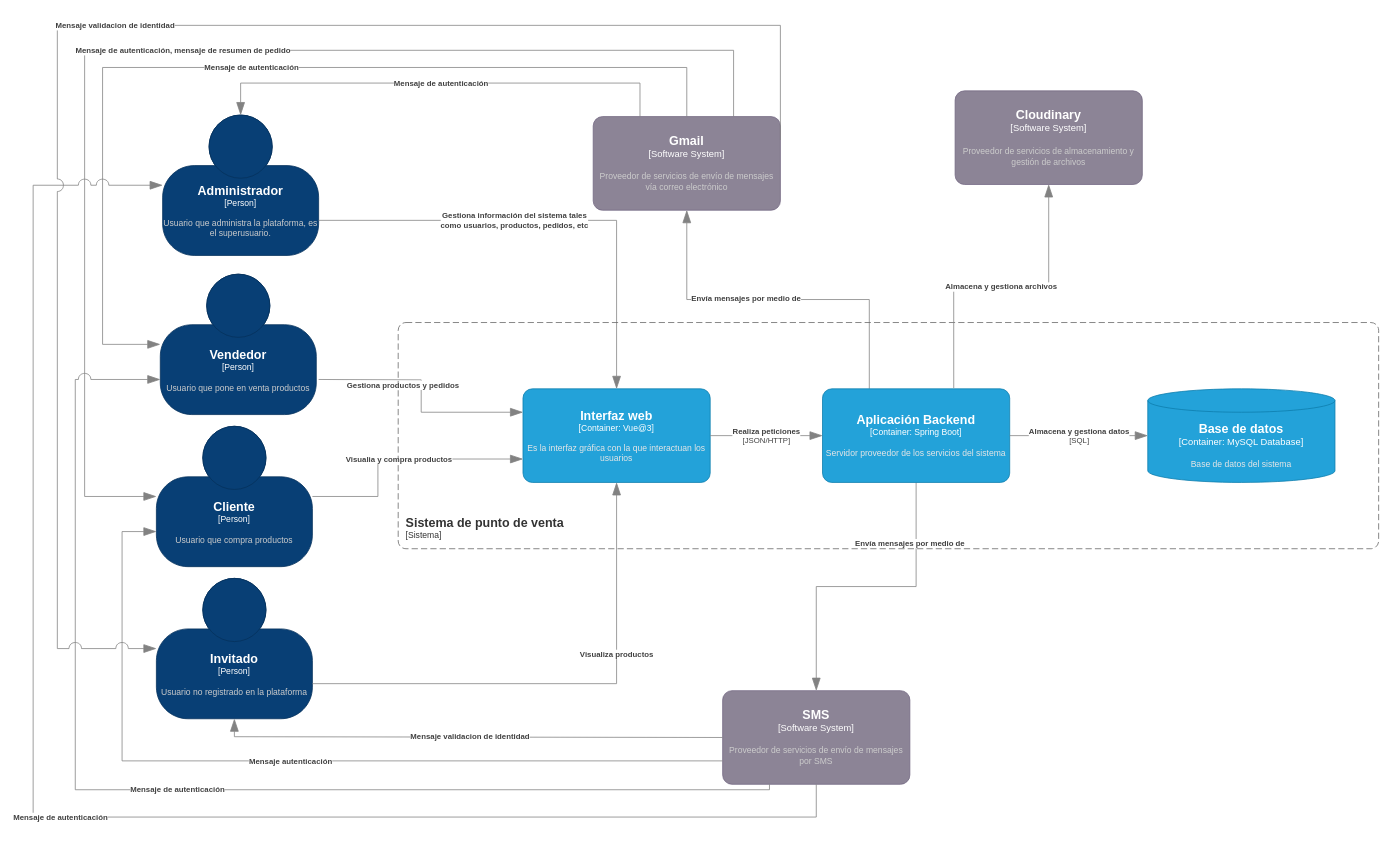
Before: page "Contenedores con riesgos" (2 of 8) of Diagrama/c4CarsiShop.drawio in EmilianoChofis/c4CarsiShop, a draw.io diagram. Source tidied: cells renumbered, new cells numbered last; positions are measured from the earlier drawing's top-left corner, leaving out a move shared by most shapes. Both pictures are drawn from the tidied source at 78%, with x=0, y=0 at pixel (33, 25).
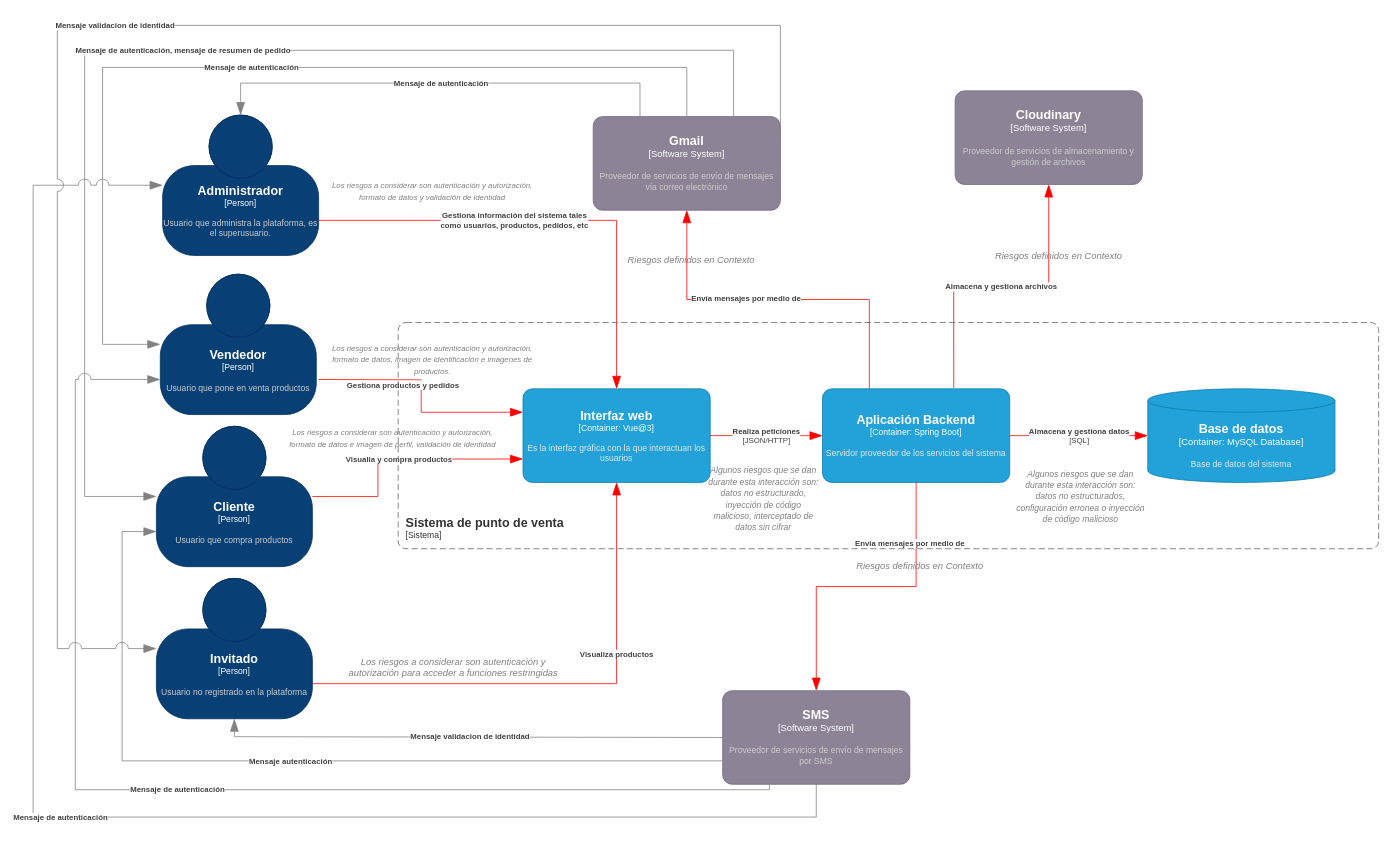
After the change.

Commit message (it also covers changes not shown here):
[ADD] contenedores con riesgos

The change refers to these unchanged cells:
```xml
<object id="3" label="&lt;font style=&quot;font-size: 16px&quot;&gt;&lt;b&gt;%c4Name%&lt;/b&gt;&lt;/font&gt;&lt;div&gt;[%c4Type%]&lt;/div&gt;&lt;br&gt;&lt;div&gt;&lt;font style=&quot;font-size: 11px&quot;&gt;&lt;font color=&quot;#cccccc&quot;&gt;%c4Description%&lt;/font&gt;&lt;/div&gt;" c4Description="Usuario que compra productos" c4Name="Cliente" c4Type="Person" placeholders="1">
  <mxCell style="html=1;fontSize=11;dashed=0;whiteSpace=wrap;fillColor=#083F75;strokeColor=#06315C;fontColor=#ffffff;shape=mxgraph.c4.person2;align=center;points=[[0.5,0,0],[1,0.5,0],[1,0.75,0],[0.75,1,0],[0.5,1,0],[0.25,1,0],[0,0.75,0],[0,0.5,0]];" parent="1" vertex="1">
    <mxGeometry x="158" y="514" width="200" height="180" as="geometry" />
  </mxCell>
</object>
<object id="4" label="&lt;font style=&quot;font-size: 16px&quot;&gt;&lt;b&gt;%c4Name%&lt;/b&gt;&lt;/font&gt;&lt;div&gt;[%c4Type%]&lt;/div&gt;&lt;br&gt;&lt;div&gt;&lt;font style=&quot;font-size: 11px&quot;&gt;&lt;font color=&quot;#cccccc&quot;&gt;%c4Description%&lt;/font&gt;&lt;/div&gt;" c4Description="Usuario no registrado en la plataforma" c4Name="Invitado" c4Type="Person" placeholders="1">
  <mxCell style="html=1;fontSize=11;dashed=0;whiteSpace=wrap;fillColor=#083F75;strokeColor=#06315C;fontColor=#ffffff;shape=mxgraph.c4.person2;align=center;points=[[0.5,0,0],[1,0.5,0],[1,0.75,0],[0.75,1,0],[0.5,1,0],[0.25,1,0],[0,0.75,0],[0,0.5,0]];" parent="1" vertex="1">
    <mxGeometry x="158" y="709" width="200" height="180" as="geometry" />
  </mxCell>
</object>
<object id="5" label="&lt;font style=&quot;font-size: 16px&quot;&gt;&lt;b&gt;%c4Name%&lt;/b&gt;&lt;/font&gt;&lt;div&gt;[%c4Type%]&lt;/div&gt;&lt;br&gt;&lt;div&gt;&lt;font style=&quot;font-size: 11px&quot;&gt;&lt;font color=&quot;#cccccc&quot;&gt;%c4Description%&lt;/font&gt;&lt;/div&gt;" c4Description="Usuario que administra la plataforma, es el superusuario. " c4Name="Administrador" c4Type="Person" placeholders="1">
  <mxCell style="html=1;fontSize=11;dashed=0;whiteSpace=wrap;fillColor=#083F75;strokeColor=#06315C;fontColor=#ffffff;shape=mxgraph.c4.person2;align=center;points=[[0.5,0,0],[1,0.5,0],[1,0.75,0],[0.75,1,0],[0.5,1,0],[0.25,1,0],[0,0.75,0],[0,0.5,0]];" parent="1" vertex="1">
    <mxGeometry x="166" y="115" width="200" height="180" as="geometry" />
  </mxCell>
</object>
<object id="6" label="&lt;font style=&quot;font-size: 16px&quot;&gt;&lt;b&gt;%c4Name%&lt;/b&gt;&lt;/font&gt;&lt;div&gt;[%c4Type%]&lt;/div&gt;&lt;br&gt;&lt;div&gt;&lt;font style=&quot;font-size: 11px&quot;&gt;&lt;font color=&quot;#cccccc&quot;&gt;%c4Description%&lt;/font&gt;&lt;/div&gt;" c4Description="Proveedor de servicios de envío de mensajes vía correo electrónico" c4Name="Gmail" c4Type="Software System" placeholders="1">
  <mxCell style="rounded=1;whiteSpace=wrap;html=1;labelBackgroundColor=none;fillColor=#8C8496;fontColor=#ffffff;align=center;arcSize=10;strokeColor=#736782;points=[[0.25,0,0],[0.5,0,0],[0.75,0,0],[1,0.25,0],[1,0.5,0],[1,0.75,0],[0.75,1,0],[0.5,1,0],[0.25,1,0],[0,0.75,0],[0,0.5,0],[0,0.25,0]];" parent="1" vertex="1">
    <mxGeometry x="718" y="117" width="240" height="120" as="geometry" />
  </mxCell>
</object>
<object id="7" label="&lt;font style=&quot;font-size: 16px&quot;&gt;&lt;b&gt;%c4Name%&lt;/b&gt;&lt;/font&gt;&lt;div&gt;[%c4Type%]&lt;/div&gt;&lt;br&gt;&lt;div&gt;&lt;font style=&quot;font-size: 11px&quot;&gt;&lt;font color=&quot;#cccccc&quot;&gt;%c4Description%&lt;/font&gt;&lt;/div&gt;" c4Description="Proveedor de servicios de almacenamiento y gestión de archivos" c4Name="Cloudinary" c4Type="Software System" placeholders="1">
  <mxCell style="rounded=1;whiteSpace=wrap;html=1;labelBackgroundColor=none;fillColor=#8C8496;fontColor=#ffffff;align=center;arcSize=10;strokeColor=#736782;points=[[0.25,0,0],[0.5,0,0],[0.75,0,0],[1,0.25,0],[1,0.5,0],[1,0.75,0],[0.75,1,0],[0.5,1,0],[0.25,1,0],[0,0.75,0],[0,0.5,0],[0,0.25,0]];" parent="1" vertex="1">
    <mxGeometry x="1182" y="84" width="240" height="120" as="geometry" />
  </mxCell>
</object>
<object id="8" label="&lt;font style=&quot;font-size: 16px&quot;&gt;&lt;b&gt;%c4Name%&lt;/b&gt;&lt;/font&gt;&lt;div&gt;[%c4Type%]&lt;/div&gt;&lt;br&gt;&lt;div&gt;&lt;font style=&quot;font-size: 11px&quot;&gt;&lt;font color=&quot;#cccccc&quot;&gt;%c4Description%&lt;/font&gt;&lt;/div&gt;" c4Description="Proveedor de servicios de envío de mensajes por SMS" c4Name="SMS " c4Type="Software System" placeholders="1">
  <mxCell style="rounded=1;whiteSpace=wrap;html=1;labelBackgroundColor=none;fillColor=#8C8496;fontColor=#ffffff;align=center;arcSize=10;strokeColor=#736782;points=[[0.25,0,0],[0.5,0,0],[0.75,0,0],[1,0.25,0],[1,0.5,0],[1,0.75,0],[0.75,1,0],[0.5,1,0],[0.25,1,0],[0,0.75,0],[0,0.5,0],[0,0.25,0]];" parent="1" vertex="1">
    <mxGeometry x="884" y="853" width="240" height="120" as="geometry" />
  </mxCell>
</object>
<object id="24" label="&lt;font style=&quot;font-size: 16px&quot;&gt;&lt;b&gt;%c4Name%&lt;/b&gt;&lt;/font&gt;&lt;div&gt;[%c4Type%: %c4Technology%]&lt;/div&gt;&lt;br&gt;&lt;div&gt;&lt;font style=&quot;font-size: 11px&quot;&gt;&lt;font color=&quot;#E6E6E6&quot;&gt;%c4Description%&lt;/font&gt;&lt;/div&gt;" c4Description="Es la interfaz gráfica con la que interactuan los usuarios" c4Name="Interfaz web " c4Technology="Vue@3" c4Type="Container" placeholders="1">
  <mxCell style="rounded=1;whiteSpace=wrap;html=1;fontSize=11;labelBackgroundColor=none;fillColor=#23A2D9;fontColor=#ffffff;align=center;arcSize=10;strokeColor=#0E7DAD;points=[[0.25,0,0],[0.5,0,0],[0.75,0,0],[1,0.25,0],[1,0.5,0],[1,0.75,0],[0.75,1,0],[0.5,1,0],[0.25,1,0],[0,0.75,0],[0,0.5,0],[0,0.25,0]];" parent="1" vertex="1">
    <mxGeometry x="628" y="466" width="240" height="120" as="geometry" />
  </mxCell>
</object>
<object id="25" label="&lt;font style=&quot;font-size: 16px&quot;&gt;&lt;b&gt;%c4Type%&lt;/b&gt;&lt;/font&gt;&lt;div&gt;[%c4Container%:&amp;nbsp;%c4Technology%]&lt;/div&gt;&lt;br&gt;&lt;div&gt;&lt;font style=&quot;font-size: 11px&quot;&gt;&lt;font color=&quot;#E6E6E6&quot;&gt;%c4Description%&lt;/font&gt;&lt;/div&gt;" c4Container="Container" c4Description="Base de datos del sistema" c4Technology="MySQL Database" c4Type="Base de datos" placeholders="1">
  <mxCell style="shape=cylinder3;size=15;whiteSpace=wrap;html=1;boundedLbl=1;rounded=0;labelBackgroundColor=none;fillColor=#23A2D9;fontSize=12;fontColor=#ffffff;align=center;strokeColor=#0E7DAD;points=[[0.5,0,0],[1,0.25,0],[1,0.5,0],[1,0.75,0],[0.5,1,0],[0,0.75,0],[0,0.5,0],[0,0.25,0]];" parent="1" vertex="1">
    <mxGeometry x="1429" y="466" width="240" height="120" as="geometry" />
  </mxCell>
</object>
<object id="26" label="&lt;font style=&quot;font-size: 16px&quot;&gt;&lt;b&gt;%c4Name%&lt;/b&gt;&lt;/font&gt;&lt;div&gt;[%c4Type%: %c4Technology%]&lt;/div&gt;&lt;br&gt;&lt;div&gt;&lt;font style=&quot;font-size: 11px&quot;&gt;&lt;font color=&quot;#E6E6E6&quot;&gt;%c4Description%&lt;/font&gt;&lt;/div&gt;" c4Description="Servidor proveedor de los servicios del sistema" c4Name="Aplicación Backend" c4Technology="Spring Boot" c4Type="Container" placeholders="1">
  <mxCell style="rounded=1;whiteSpace=wrap;html=1;fontSize=11;labelBackgroundColor=none;fillColor=#23A2D9;fontColor=#ffffff;align=center;arcSize=10;strokeColor=#0E7DAD;points=[[0.25,0,0],[0.5,0,0],[0.75,0,0],[1,0.25,0],[1,0.5,0],[1,0.75,0],[0.75,1,0],[0.5,1,0],[0.25,1,0],[0,0.75,0],[0,0.5,0],[0,0.25,0]];" parent="1" vertex="1">
    <mxGeometry x="1012" y="466" width="240" height="120" as="geometry" />
  </mxCell>
</object>
```

The edit, as a diff of the source:
```diff
@@
     <object id="9" label="&lt;div style=&quot;text-align: left&quot;&gt;&lt;div style=&quot;text-align: center&quot;&gt;&lt;b&gt;%c4Description%&lt;/b&gt;&lt;/div&gt;" c4Description="Envía mensajes por medio de" placeholders="1">
-      <mxCell style="endArrow=blockThin;html=1;fontSize=10;fontColor=#404040;strokeWidth=1;endFill=1;strokeColor=#828282;elbow=vertical;endSize=14;startSize=14;jumpStyle=arc;jumpSize=16;rounded=0;edgeStyle=orthogonalEdgeStyle;entryX=0.5;entryY=0;entryDx=0;entryDy=0;entryPerimeter=0;exitX=0.5;exitY=1;exitDx=0;exitDy=0;exitPerimeter=0;" parent="1" edge="1" source="26" target="8">
+      <mxCell style="endArrow=blockThin;html=1;fontSize=10;fontColor=#404040;strokeWidth=1;endFill=1;strokeColor=#FF0000;elbow=vertical;endSize=14;startSize=14;jumpStyle=arc;jumpSize=16;rounded=0;edgeStyle=orthogonalEdgeStyle;entryX=0.5;entryY=0;entryDx=0;entryDy=0;entryPerimeter=0;exitX=0.5;exitY=1;exitDx=0;exitDy=0;exitPerimeter=0;" parent="1" edge="1" source="26" target="8">
         <mxGeometry x="-0.28" y="-56" relative="1" as="geometry" />
       </mxCell>
     </object>
     <object id="10" label="&lt;div style=&quot;text-align: left&quot;&gt;&lt;div style=&quot;text-align: center&quot;&gt;&lt;b&gt;%c4Description%&lt;/b&gt;&lt;/div&gt;" c4Description="Envía mensajes por medio de" placeholders="1">
-      <mxCell style="endArrow=blockThin;html=1;fontSize=10;fontColor=#404040;strokeWidth=1;endFill=1;strokeColor=#828282;elbow=vertical;endSize=14;startSize=14;jumpStyle=arc;jumpSize=16;rounded=0;edgeStyle=orthogonalEdgeStyle;entryX=0.5;entryY=1;entryDx=0;entryDy=0;entryPerimeter=0;exitX=0.25;exitY=0;exitDx=0;exitDy=0;exitPerimeter=0;" parent="1" edge="1" source="26" target="6">
+      <mxCell style="endArrow=blockThin;html=1;fontSize=10;fontColor=#404040;strokeWidth=1;endFill=1;strokeColor=#FF0000;elbow=vertical;endSize=14;startSize=14;jumpStyle=arc;jumpSize=16;rounded=0;edgeStyle=orthogonalEdgeStyle;entryX=0.5;entryY=1;entryDx=0;entryDy=0;entryPerimeter=0;exitX=0.25;exitY=0;exitDx=0;exitDy=0;exitPerimeter=0;" parent="1" edge="1" source="26" target="6">
         <mxGeometry x="0.18" y="-2" relative="1" as="geometry" />
       </mxCell>
     </object>
     <object id="11" label="&lt;div style=&quot;text-align: left&quot;&gt;&lt;div style=&quot;text-align: center&quot;&gt;&lt;b&gt;%c4Description%&lt;/b&gt;&lt;/div&gt;" c4Description="Gestiona información del sistema tales &#10;como usuarios, productos, pedidos, etc" placeholders="1">
-      <mxCell style="endArrow=blockThin;html=1;fontSize=10;fontColor=#404040;strokeWidth=1;endFill=1;strokeColor=#828282;elbow=vertical;endSize=14;startSize=14;jumpStyle=arc;jumpSize=16;rounded=0;edgeStyle=orthogonalEdgeStyle;exitX=1;exitY=0.75;exitDx=0;exitDy=0;exitPerimeter=0;entryX=0.5;entryY=0;entryDx=0;entryDy=0;entryPerimeter=0;" parent="1" edge="1" source="5" target="24">
+      <mxCell style="endArrow=blockThin;html=1;fontSize=10;fontColor=#404040;strokeWidth=1;endFill=1;strokeColor=#FF0000;elbow=vertical;endSize=14;startSize=14;jumpStyle=arc;jumpSize=16;rounded=0;edgeStyle=orthogonalEdgeStyle;exitX=1;exitY=0.75;exitDx=0;exitDy=0;exitPerimeter=0;entryX=0.5;entryY=0;entryDx=0;entryDy=0;entryPerimeter=0;" parent="1" edge="1" source="5" target="24">
         <mxGeometry x="-0.16" relative="1" as="geometry" />
       </mxCell>
     </object>
     <object id="12" label="&lt;div style=&quot;text-align: left&quot;&gt;&lt;div style=&quot;text-align: center&quot;&gt;&lt;b&gt;%c4Description%&lt;/b&gt;&lt;/div&gt;" c4Description="Gestiona productos y pedidos " placeholders="1">
-      <mxCell style="endArrow=blockThin;html=1;fontSize=10;fontColor=#404040;strokeWidth=1;endFill=1;strokeColor=#828282;elbow=vertical;endSize=14;startSize=14;jumpStyle=arc;jumpSize=16;rounded=0;edgeStyle=orthogonalEdgeStyle;entryX=0;entryY=0.25;entryDx=0;entryDy=0;entryPerimeter=0;" parent="1" edge="1" target="24">
+      <mxCell style="endArrow=blockThin;html=1;fontSize=10;fontColor=#404040;strokeWidth=1;endFill=1;strokeColor=#FF0000;elbow=vertical;endSize=14;startSize=14;jumpStyle=arc;jumpSize=16;rounded=0;edgeStyle=orthogonalEdgeStyle;entryX=0;entryY=0.25;entryDx=0;entryDy=0;entryPerimeter=0;" parent="1" edge="1" target="24">
         <mxGeometry x="-0.09" y="-24" relative="1" as="geometry">
           <mxPoint x="366" y="454" as="sourcePoint" />
         </mxGeometry>
       </mxCell>
     </object>
     <object id="13" label="&lt;div style=&quot;text-align: left&quot;&gt;&lt;div style=&quot;text-align: center&quot;&gt;&lt;b&gt;%c4Description%&lt;/b&gt;&lt;/div&gt;" c4Description="Visualia y compra productos" placeholders="1">
-      <mxCell style="endArrow=blockThin;html=1;fontSize=10;fontColor=#404040;strokeWidth=1;endFill=1;strokeColor=#828282;elbow=vertical;endSize=14;startSize=14;jumpStyle=arc;jumpSize=16;rounded=0;edgeStyle=orthogonalEdgeStyle;exitX=1;exitY=0.5;exitDx=0;exitDy=0;exitPerimeter=0;entryX=0;entryY=0.75;entryDx=0;entryDy=0;entryPerimeter=0;" parent="1" edge="1" source="3" target="24">
+      <mxCell style="endArrow=blockThin;html=1;fontSize=10;fontColor=#404040;strokeWidth=1;endFill=1;strokeColor=#FF0000;elbow=vertical;endSize=14;startSize=14;jumpStyle=arc;jumpSize=16;rounded=0;edgeStyle=orthogonalEdgeStyle;exitX=1;exitY=0.5;exitDx=0;exitDy=0;exitPerimeter=0;entryX=0;entryY=0.75;entryDx=0;entryDy=0;entryPerimeter=0;" parent="1" edge="1" source="3" target="24">
         <mxGeometry relative="1" as="geometry">
           <Array as="points">
             <mxPoint x="442" y="604" />
             <mxPoint x="442" y="556" />
           </Array>
         </mxGeometry>
       </mxCell>
     </object>
     <object id="14" label="&lt;div style=&quot;text-align: left&quot;&gt;&lt;div style=&quot;text-align: center&quot;&gt;&lt;b&gt;%c4Description%&lt;/b&gt;&lt;/div&gt;" c4Description="Visualiza productos" placeholders="1">
-      <mxCell style="endArrow=blockThin;html=1;fontSize=10;fontColor=#404040;strokeWidth=1;endFill=1;strokeColor=#828282;elbow=vertical;endSize=14;startSize=14;jumpStyle=arc;jumpSize=16;rounded=0;edgeStyle=orthogonalEdgeStyle;exitX=1;exitY=0.75;exitDx=0;exitDy=0;exitPerimeter=0;entryX=0.5;entryY=1;entryDx=0;entryDy=0;entryPerimeter=0;" parent="1" edge="1" source="4" target="24">
+      <mxCell style="endArrow=blockThin;html=1;fontSize=10;fontColor=#404040;strokeWidth=1;endFill=1;strokeColor=#FF0000;elbow=vertical;endSize=14;startSize=14;jumpStyle=arc;jumpSize=16;rounded=0;edgeStyle=orthogonalEdgeStyle;exitX=1;exitY=0.75;exitDx=0;exitDy=0;exitPerimeter=0;entryX=0.5;entryY=1;entryDx=0;entryDy=0;entryPerimeter=0;" parent="1" edge="1" source="4" target="24">
         <mxGeometry x="0.32" relative="1" as="geometry" />
       </mxCell>
     </object>
@@
     <object id="27" label="&lt;div style=&quot;text-align: left&quot;&gt;&lt;div style=&quot;text-align: center&quot;&gt;&lt;b&gt;%c4Description%&lt;/b&gt;&lt;/div&gt;&lt;div style=&quot;text-align: center&quot;&gt;[%c4Technology%]&lt;/div&gt;&lt;/div&gt;" c4Description="Realiza peticiones" c4Technology="JSON/HTTP" placeholders="1">
-      <mxCell style="endArrow=blockThin;html=1;fontSize=10;fontColor=#404040;strokeWidth=1;endFill=1;strokeColor=#828282;elbow=vertical;endSize=14;startSize=14;jumpStyle=arc;jumpSize=16;rounded=0;edgeStyle=orthogonalEdgeStyle;exitX=1;exitY=0.5;exitDx=0;exitDy=0;exitPerimeter=0;entryX=0;entryY=0.5;entryDx=0;entryDy=0;entryPerimeter=0;" parent="1" edge="1" source="24" target="26">
+      <mxCell style="endArrow=blockThin;html=1;fontSize=10;fontColor=#404040;strokeWidth=1;endFill=1;strokeColor=#FF0000;elbow=vertical;endSize=14;startSize=14;jumpStyle=arc;jumpSize=16;rounded=0;edgeStyle=orthogonalEdgeStyle;exitX=1;exitY=0.5;exitDx=0;exitDy=0;exitPerimeter=0;entryX=0;entryY=0.5;entryDx=0;entryDy=0;entryPerimeter=0;" parent="1" edge="1" source="24" target="26">
         <mxGeometry relative="1" as="geometry" />
       </mxCell>
     </object>
     <object id="28" label="&lt;div style=&quot;text-align: left&quot;&gt;&lt;div style=&quot;text-align: center&quot;&gt;&lt;b&gt;%c4Description%&lt;/b&gt;&lt;/div&gt;&lt;div style=&quot;text-align: center&quot;&gt;[%c4Technology%]&lt;/div&gt;&lt;/div&gt;" c4Description="Almacena y gestiona datos" c4Technology="SQL" placeholders="1">
-      <mxCell style="endArrow=blockThin;html=1;fontSize=10;fontColor=#404040;strokeWidth=1;endFill=1;strokeColor=#828282;elbow=vertical;endSize=14;startSize=14;jumpStyle=arc;jumpSize=16;rounded=0;edgeStyle=orthogonalEdgeStyle;exitX=1;exitY=0.5;exitDx=0;exitDy=0;exitPerimeter=0;entryX=0;entryY=0.5;entryDx=0;entryDy=0;entryPerimeter=0;" parent="1" edge="1" source="26" target="25">
+      <mxCell style="endArrow=blockThin;html=1;fontSize=10;fontColor=#404040;strokeWidth=1;endFill=1;strokeColor=#FF0000;elbow=vertical;endSize=14;startSize=14;jumpStyle=arc;jumpSize=16;rounded=0;edgeStyle=orthogonalEdgeStyle;exitX=1;exitY=0.5;exitDx=0;exitDy=0;exitPerimeter=0;entryX=0;entryY=0.5;entryDx=0;entryDy=0;entryPerimeter=0;" parent="1" edge="1" source="26" target="25">
         <mxGeometry relative="1" as="geometry" />
       </mxCell>
     </object>
     <object id="29" label="&lt;div style=&quot;text-align: left&quot;&gt;&lt;div style=&quot;text-align: center&quot;&gt;&lt;b&gt;%c4Description%&lt;/b&gt;&lt;/div&gt;" c4Description="Almacena y gestiona archivos" placeholders="1">
-      <mxCell style="endArrow=blockThin;html=1;fontSize=10;fontColor=#404040;strokeWidth=1;endFill=1;strokeColor=#828282;elbow=vertical;endSize=14;startSize=14;jumpStyle=arc;jumpSize=16;rounded=0;edgeStyle=orthogonalEdgeStyle;exitX=0.701;exitY=-0.008;exitDx=0;exitDy=0;exitPerimeter=0;entryX=0.5;entryY=1;entryDx=0;entryDy=0;entryPerimeter=0;" parent="1" edge="1" source="26" target="7">
+      <mxCell style="endArrow=blockThin;html=1;fontSize=10;fontColor=#404040;strokeWidth=1;endFill=1;strokeColor=#FF0000;elbow=vertical;endSize=14;startSize=14;jumpStyle=arc;jumpSize=16;rounded=0;edgeStyle=orthogonalEdgeStyle;exitX=0.701;exitY=-0.008;exitDx=0;exitDy=0;exitPerimeter=0;entryX=0.5;entryY=1;entryDx=0;entryDy=0;entryPerimeter=0;" parent="1" edge="1" source="26" target="7">
         <mxGeometry relative="1" as="geometry" />
       </mxCell>
     </object>
+    <mxCell id="30" value="&lt;i&gt;&lt;font style=&quot;font-size: 11px;&quot; color=&quot;#808080&quot;&gt;Algunos riesgos que se dan durante esta interacción son: datos no estructurados, configuración erronea o inyección de código malicioso&lt;/font&gt;&lt;/i&gt;" style="text;strokeColor=none;align=center;fillColor=none;html=1;verticalAlign=middle;whiteSpace=wrap;rounded=0;" parent="1" vertex="1">
+      <mxGeometry x="1257" y="589" width="172" height="30" as="geometry" />
+    </mxCell>
+    <mxCell id="31" value="&lt;i&gt;&lt;font style=&quot;font-size: 11px;&quot; color=&quot;#808080&quot;&gt;Algunos riesgos que se dan durante esta interacción son: datos no estructurado, inyección de código malicioso, interceptado de datos sin cifrar&lt;/font&gt;&lt;/i&gt;" style="text;strokeColor=none;align=center;fillColor=none;html=1;verticalAlign=middle;whiteSpace=wrap;rounded=0;" parent="1" vertex="1">
+      <mxGeometry x="864" y="592" width="145" height="30" as="geometry" />
+    </mxCell>
+    <mxCell id="32" value="&lt;i&gt;&lt;font color=&quot;#808080&quot;&gt;Riesgos definidos en Contexto&lt;/font&gt;&lt;/i&gt;" style="text;strokeColor=none;align=center;fillColor=none;html=1;verticalAlign=middle;whiteSpace=wrap;rounded=0;" parent="1" vertex="1">
+      <mxGeometry x="1229" y="281" width="172" height="30" as="geometry" />
+    </mxCell>
+    <mxCell id="33" value="&lt;i&gt;&lt;font color=&quot;#808080&quot;&gt;Riesgos definidos en Contexto&lt;/font&gt;&lt;/i&gt;" style="text;strokeColor=none;align=center;fillColor=none;html=1;verticalAlign=middle;whiteSpace=wrap;rounded=0;" parent="1" vertex="1">
+      <mxGeometry x="758" y="286" width="172" height="30" as="geometry" />
+    </mxCell>
+    <mxCell id="34" value="&lt;i&gt;&lt;font color=&quot;#808080&quot;&gt;Riesgos definidos en Contexto&lt;/font&gt;&lt;/i&gt;" style="text;strokeColor=none;align=center;fillColor=none;html=1;verticalAlign=middle;whiteSpace=wrap;rounded=0;" parent="1" vertex="1">
+      <mxGeometry x="1051" y="679" width="172" height="30" as="geometry" />
+    </mxCell>
+    <mxCell id="35" value="&lt;font color=&quot;#808080&quot;&gt;&lt;i&gt;Los riesgos a considerar son autenticación y autorización para acceder a funciones restringidas&lt;/i&gt;&lt;/font&gt;" style="text;strokeColor=none;align=center;fillColor=none;html=1;verticalAlign=middle;whiteSpace=wrap;rounded=0;" parent="1" vertex="1">
+      <mxGeometry x="398" y="808" width="282" height="30" as="geometry" />
+    </mxCell>
+    <mxCell id="36" value="&lt;font style=&quot;font-size: 10px;&quot; color=&quot;#808080&quot;&gt;&lt;i&gt;Los riesgos a considerar son autenticación y autorización, formato de datos e imagen de perfil, validación de identidad&lt;/i&gt;&lt;/font&gt;" style="text;strokeColor=none;align=center;fillColor=none;html=1;verticalAlign=middle;whiteSpace=wrap;rounded=0;" parent="1" vertex="1">
+      <mxGeometry x="320" y="514" width="282" height="30" as="geometry" />
+    </mxCell>
+    <mxCell id="37" value="&lt;font style=&quot;font-size: 10px;&quot; color=&quot;#808080&quot;&gt;&lt;i&gt;Los riesgos a considerar son autenticación y autorización, formato de datos, imagen de identificación e imagenes de productos.&lt;/i&gt;&lt;/font&gt;" style="text;strokeColor=none;align=center;fillColor=none;html=1;verticalAlign=middle;whiteSpace=wrap;rounded=0;" parent="1" vertex="1">
+      <mxGeometry x="371" y="413" width="282" height="30" as="geometry" />
+    </mxCell>
+    <mxCell id="38" value="&lt;font style=&quot;font-size: 10px;&quot; color=&quot;#808080&quot;&gt;&lt;i&gt;Los riesgos a considerar son autenticación y autorización, formato de datos y validación de identidad&lt;/i&gt;&lt;/font&gt;" style="text;strokeColor=none;align=center;fillColor=none;html=1;verticalAlign=middle;whiteSpace=wrap;rounded=0;" parent="1" vertex="1">
+      <mxGeometry x="371" y="197" width="282" height="30" as="geometry" />
+    </mxCell>
```
